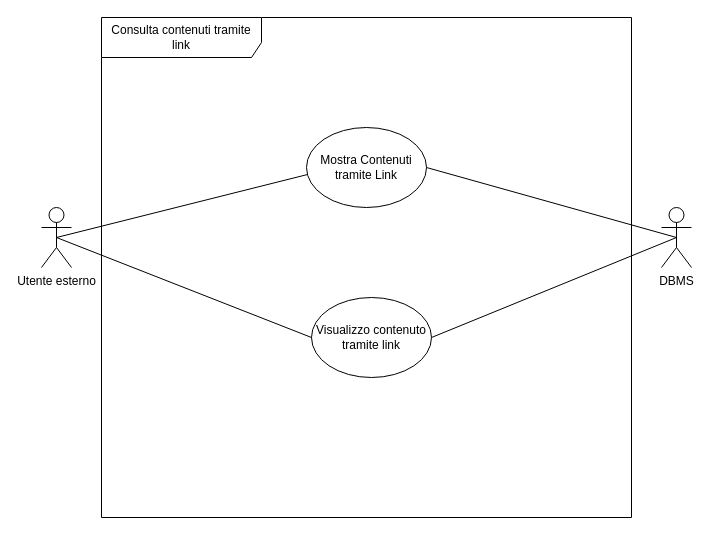
This is page "Visualizza contenuto con link" (13 of 16) of visteD'insiemeDraw/VistaD'insiemeProgetto-2.drawio from SImone1104/IDS, a draw.io file, before an edit. Source tidied: cells renumbered, new cells numbered last; positions are measured from the earlier drawing's top-left corner, leaving out a move shared by most shapes. Both pictures are drawn from the tidied source at 100%, with x=0, y=0 at pixel (41, 17).
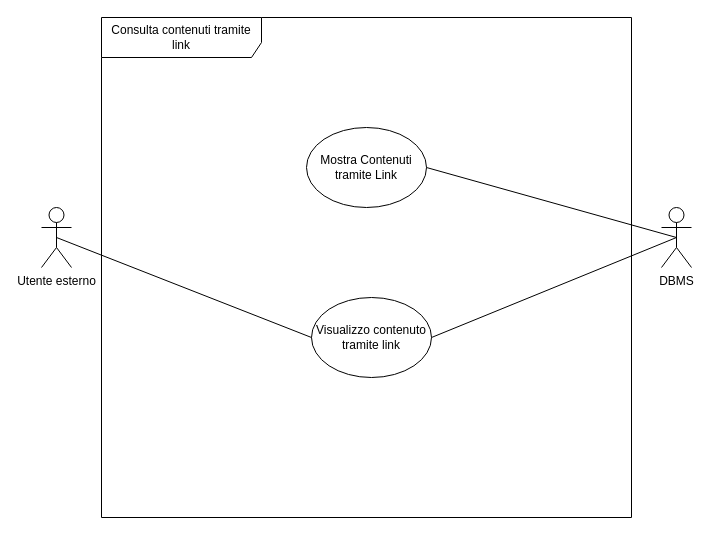
The same page after the edit.

Change to the diagram source:
```diff
@@
 <mxGraphModel>
   <root>
     <mxCell id="0" />
     <mxCell id="1" parent="0" />
     <mxCell id="2" value="Utente esterno" style="shape=umlActor;verticalLabelPosition=bottom;verticalAlign=top;html=1;outlineConnect=0;" parent="1" vertex="1">
       <mxGeometry y="190" width="30" height="60" as="geometry" />
     </mxCell>
     <mxCell id="3" value="&lt;font face=&quot;Helvetica&quot;&gt;Mostra Contenuti tramite Link&lt;/font&gt;" style="ellipse;whiteSpace=wrap;html=1;fillColor=none;" parent="1" vertex="1">
       <mxGeometry x="265" y="110" width="120" height="80" as="geometry" />
     </mxCell>
     <mxCell id="4" value="Visualizzo contenuto tramite link" style="ellipse;whiteSpace=wrap;html=1;fillColor=none;" parent="1" vertex="1">
       <mxGeometry x="270" y="280" width="120" height="80" as="geometry" />
     </mxCell>
     <mxCell id="5" value="DBMS" style="shape=umlActor;verticalLabelPosition=bottom;verticalAlign=top;html=1;outlineConnect=0;" parent="1" vertex="1">
       <mxGeometry x="620" y="190" width="30" height="60" as="geometry" />
     </mxCell>
     <mxCell id="6" value="Consulta contenuti tramite link" style="shape=umlFrame;whiteSpace=wrap;html=1;width=160;height=40;" parent="1" vertex="1">
       <mxGeometry x="60" width="530" height="500" as="geometry" />
     </mxCell>
-    <mxCell id="7" style="rounded=0;jettySize=auto;html=1;exitX=0.5;exitY=0.5;exitDx=0;exitDy=0;exitPerimeter=0;entryX=0.008;entryY=0.588;entryDx=0;entryDy=0;endArrow=none;endFill=0;entryPerimeter=0;" parent="1" edge="1" source="2" target="3">
-      <mxGeometry relative="1" as="geometry" />
-    </mxCell>
     <mxCell id="8" style="rounded=0;jettySize=auto;html=1;exitX=0.5;exitY=0.5;exitDx=0;exitDy=0;exitPerimeter=0;entryX=0;entryY=0.5;entryDx=0;entryDy=0;endArrow=none;endFill=0;" parent="1" edge="1" source="2" target="4">
       <mxGeometry relative="1" as="geometry" />
     </mxCell>
     <mxCell id="9" style="rounded=0;jettySize=auto;html=1;exitX=1;exitY=0.5;exitDx=0;exitDy=0;entryX=0.5;entryY=0.5;entryDx=0;entryDy=0;endArrow=none;endFill=0;entryPerimeter=0;" parent="1" edge="1" source="4" target="5">
       <mxGeometry relative="1" as="geometry" />
     </mxCell>
     <mxCell id="10" style="rounded=0;jettySize=auto;html=1;exitX=1;exitY=0.5;exitDx=0;exitDy=0;entryX=0.5;entryY=0.5;entryDx=0;entryDy=0;endArrow=none;endFill=0;entryPerimeter=0;" parent="1" edge="1" source="3" target="5">
       <mxGeometry relative="1" as="geometry" />
     </mxCell>
   </root>
 </mxGraphModel>
```
